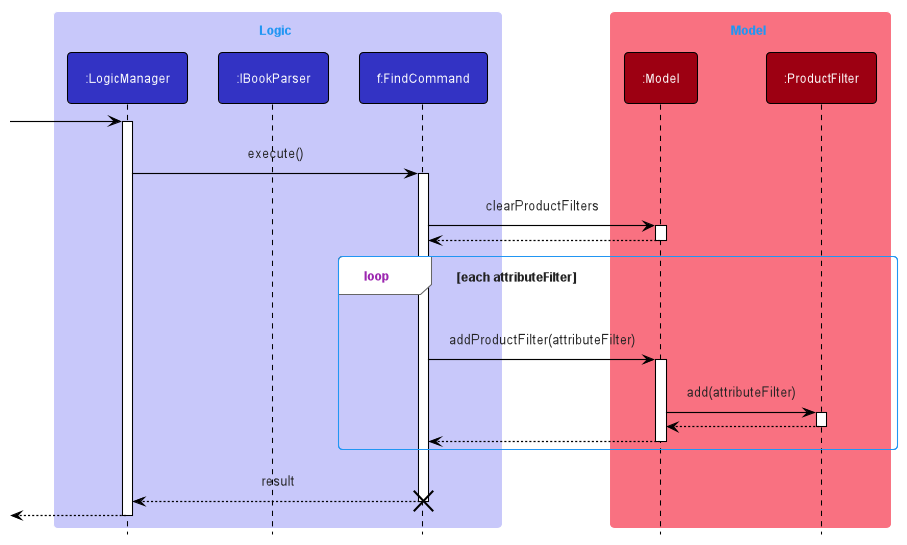
nus-cs2103-AY2122S2/tp keeps this PlantUML diagram as docs/images/FindExecutionSequenceDiagram.png. Above is the earlier version. The source it was exported from:
```plantuml
@startuml
!include style.puml

box Logic LOGIC_COLOR_T1
participant ":LogicManager" as LogicManager LOGIC_COLOR
participant ":IBookParser" as IBookParser LOGIC_COLOR
participant "f:FindCommand" as FindCommand LOGIC_COLOR
end box

box Model MODEL_COLOR_T1
participant ":Model" as Model MODEL_COLOR
participant ":ProductFilter" as ProductFilter MODEL_COLOR
end box

[-> LogicManager
activate LogicManager

LogicManager -> FindCommand : execute()
activate FindCommand

FindCommand -> Model : clearProductFilters
activate Model

Model --> FindCommand
deactivate Model

loop each attributeFilter
    FindCommand -> Model : addProductFilter(attributeFilter)
    activate Model

    Model -> ProductFilter : add(attributeFilter)
    activate ProductFilter

    ProductFilter --> Model
    deactivate ProductFilter

    Model --> FindCommand
    deactivate Model
end

FindCommand --> LogicManager : result
deactivate FindCommand
destroy FindCommand

[<--LogicManager
deactivate LogicManager
@enduml
```
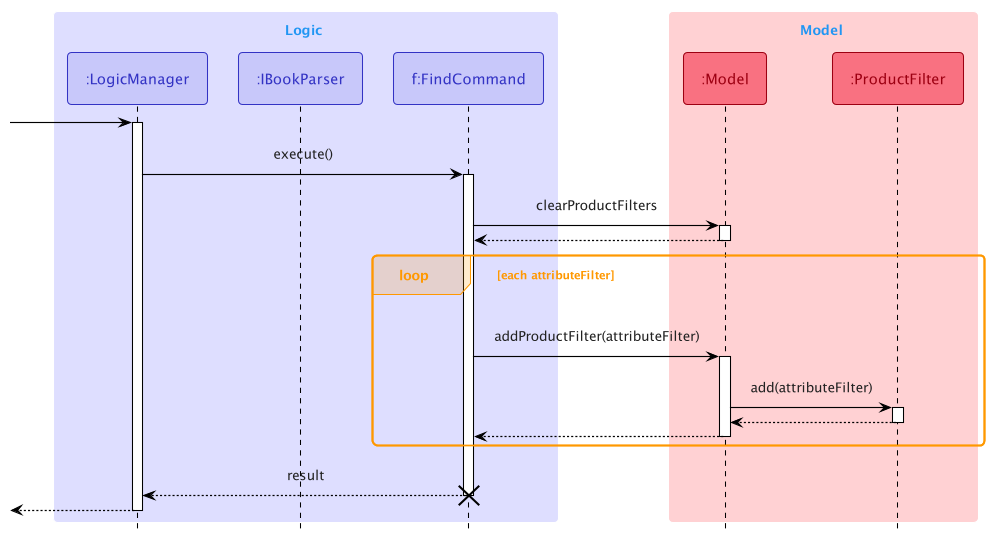
Above is the later version.

The edit, as a diff of the source:
```diff
@@ -1,15 +1,16 @@
 @startuml
-!include style.puml
+!include Style.puml
+!include SequenceStyle.puml
 
-box Logic LOGIC_COLOR_T1
-participant ":LogicManager" as LogicManager LOGIC_COLOR
-participant ":IBookParser" as IBookParser LOGIC_COLOR
-participant "f:FindCommand" as FindCommand LOGIC_COLOR
+box Logic LOGIC_COLOR_LIGHT
+participant ":LogicManager" as LogicManager<<Logic>>
+participant ":IBookParser" as IBookParser<<Logic>>
+participant "f:FindCommand" as FindCommand<<Logic>>
 end box
 
-box Model MODEL_COLOR_T1
-participant ":Model" as Model MODEL_COLOR
-participant ":ProductFilter" as ProductFilter MODEL_COLOR
+box Model MODEL_COLOR_LIGHT
+participant ":Model" as Model<<Model>>
+participant ":ProductFilter" as ProductFilter<<Model>>
 end box
 
 [-> LogicManager
```
